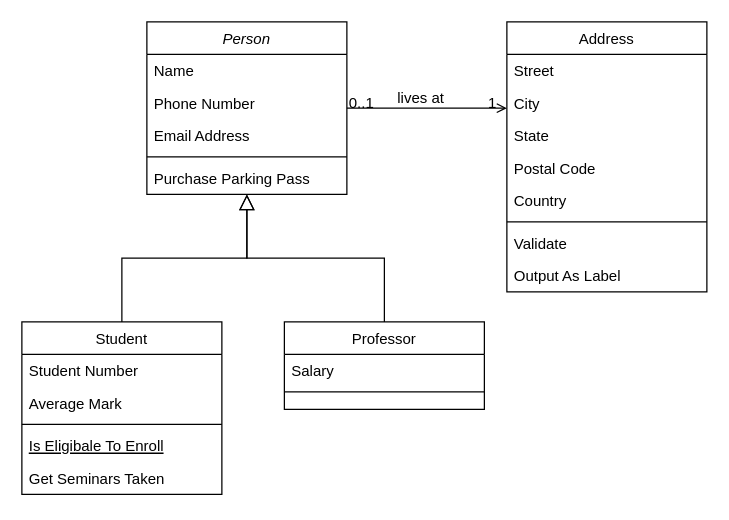
weiyi1125/helloworld keeps this draw.io diagram as test03.drawio. Above is the earlier version. Source tidied: cells renumbered, new cells numbered last; positions are measured from the earlier drawing's top-left corner, leaving out a move shared by most shapes. Both pictures are drawn from the tidied source at 125%, with x=0, y=0 at pixel (21, 21).
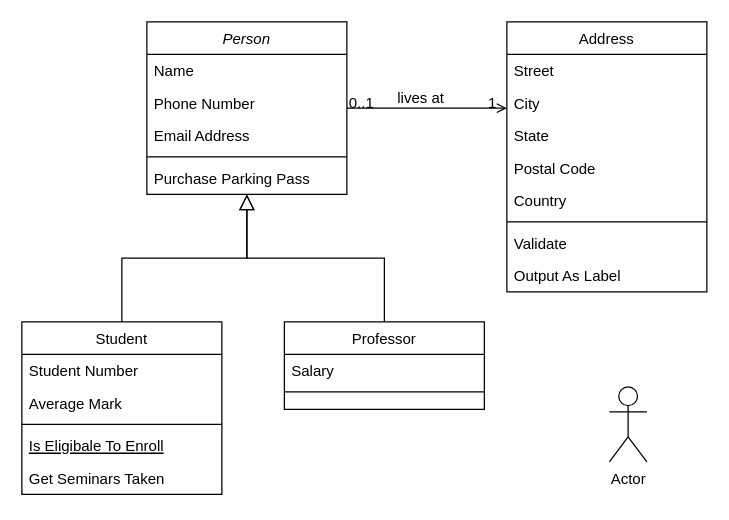
The same diagram, later.

Diff of the diagram source:
```diff
@@
+    <mxCell id="32" value="Actor" style="shape=umlActor;verticalLabelPosition=bottom;labelBackgroundColor=#ffffff;verticalAlign=top;html=1;" parent="1" vertex="1">
+      <mxGeometry x="470" y="292" width="30" height="60" as="geometry" />
+    </mxCell>
```
